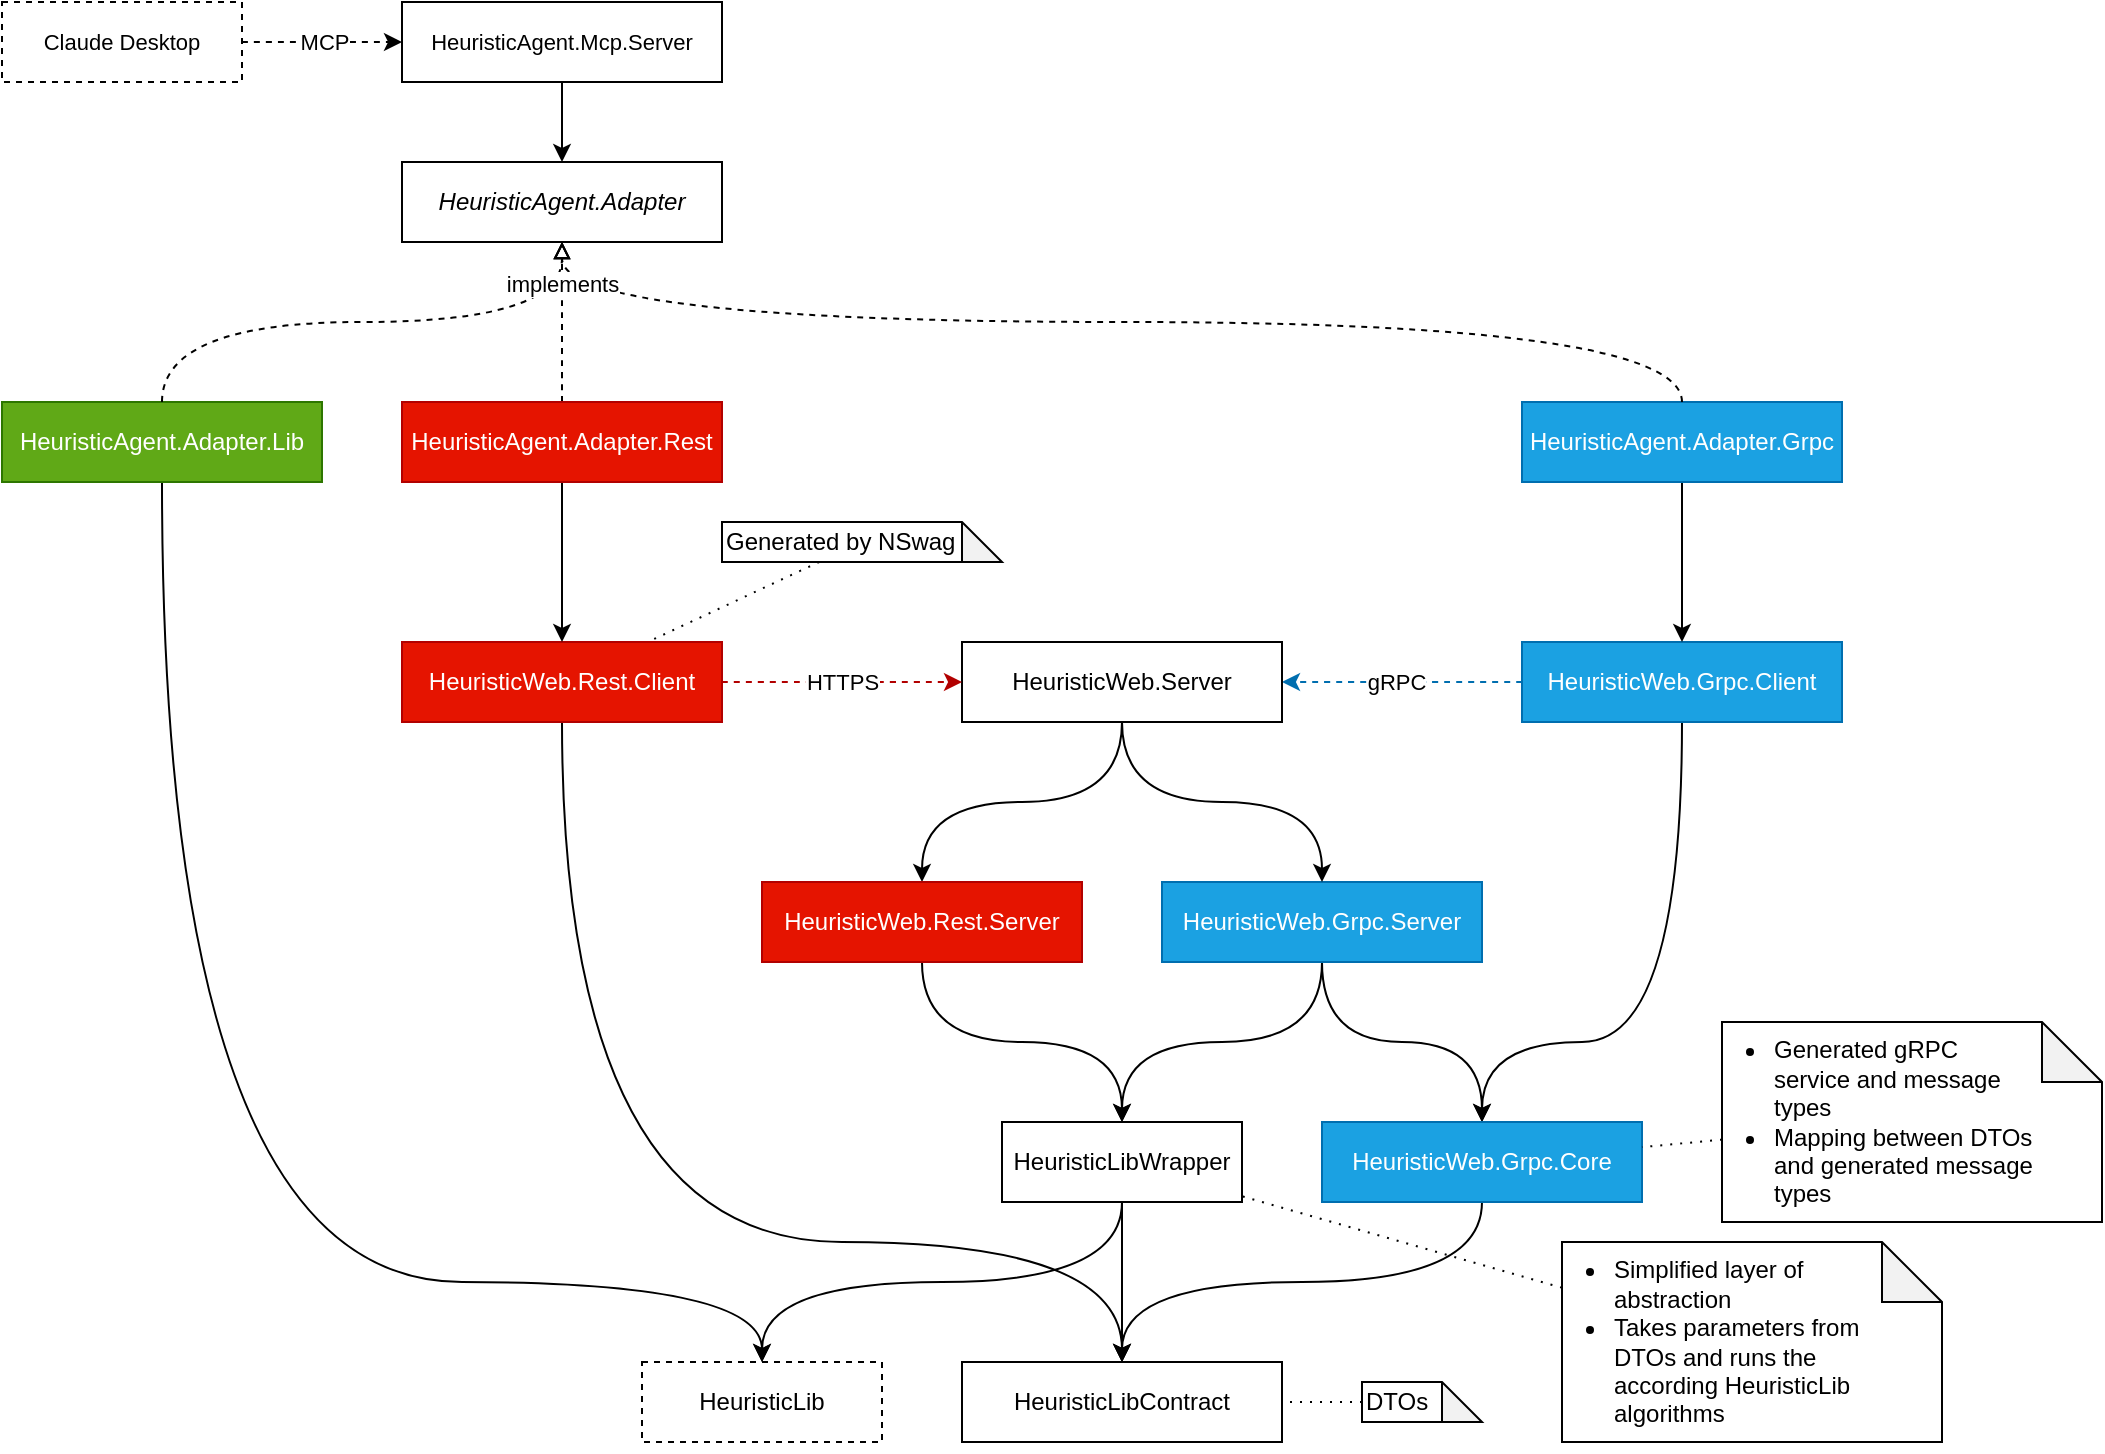
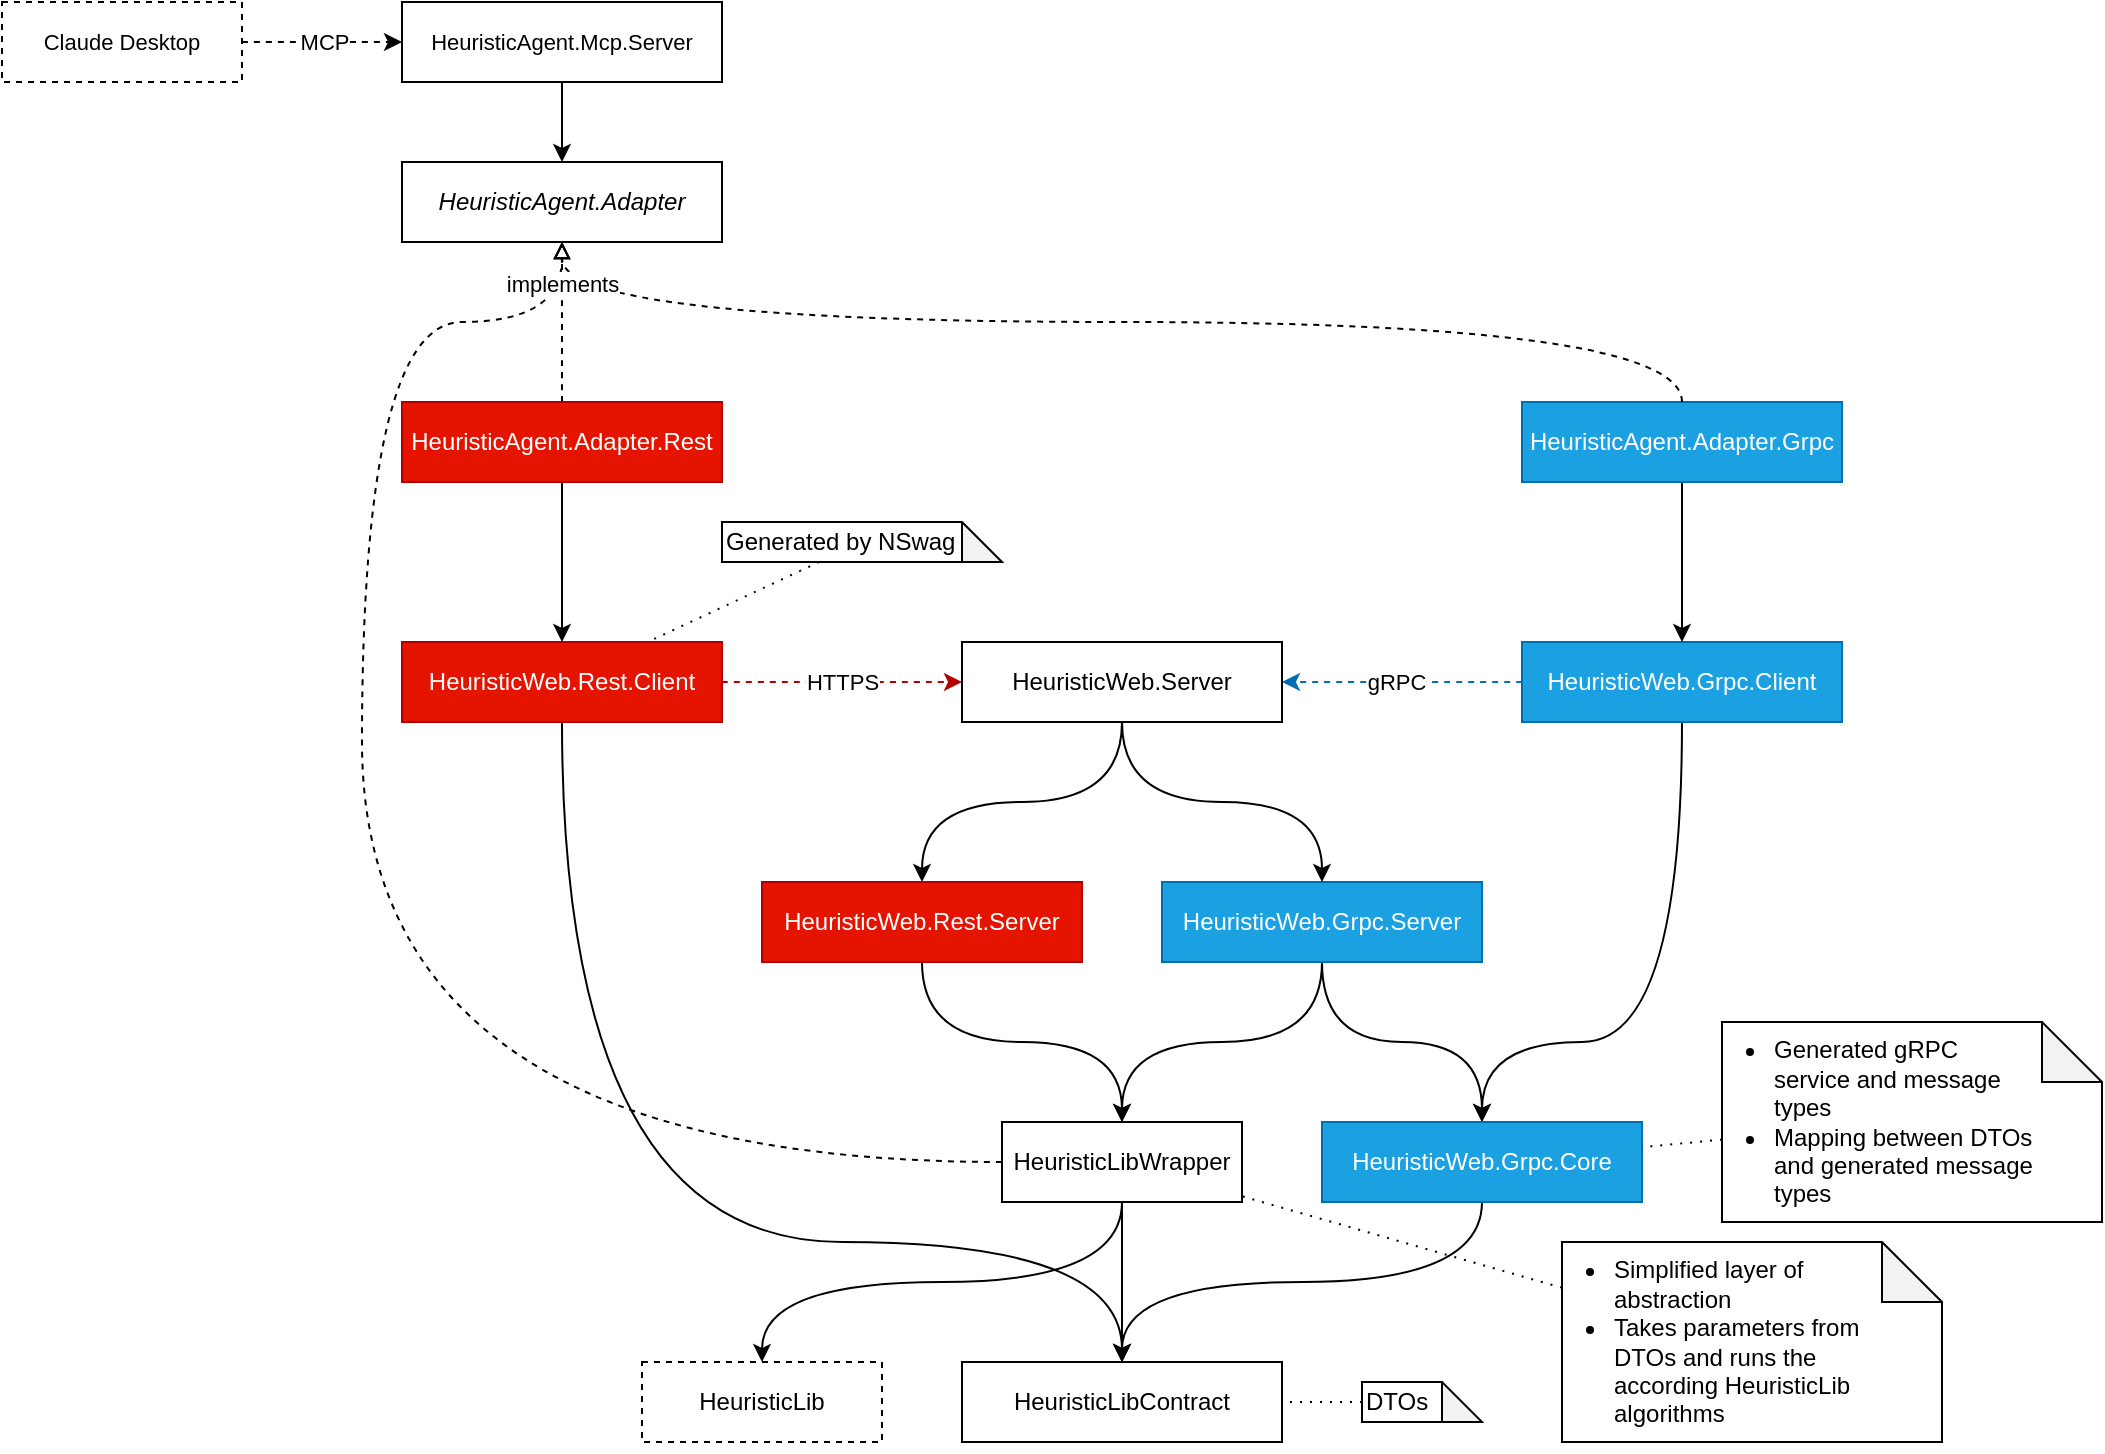
- <mxfile host="Electron" agent="Mozilla/5.0 (Windows NT 10.0; Win64; x64) AppleWebKit/537.36 (KHTML, like Gecko) draw.io/29.6.6 Chrome/144.0.7559.236 Electron/40.8.4 Safari/537.36" version="29.6.6">
+ <mxfile host="Electron" agent="Mozilla/5.0 (Windows NT 10.0; Win64; x64) AppleWebKit/537.36 (KHTML, like Gecko) draw.io/29.6.6 Chrome/144.0.7559.236 Electron/40.8.4 Safari/537.36">
  <diagram name="Page-1" id="JLSE3i9ljjVaqQMjvNYt">
-     <mxGraphModel dx="1351" dy="795" grid="1" gridSize="10" guides="1" tooltips="1" connect="1" arrows="1" fold="1" page="1" pageScale="1" pageWidth="827" pageHeight="1169" math="0" shadow="0">
+     <mxGraphModel dx="1928" dy="1143" grid="1" gridSize="10" guides="1" tooltips="1" connect="1" arrows="1" fold="1" page="1" pageScale="1" pageWidth="827" pageHeight="1169" math="0" shadow="0">
      <root>
        <mxCell id="0" />
        <mxCell id="1" parent="0" />
        <mxCell id="U6VQVOgnXjNktFXU_cLZ-6" edge="1" parent="1" source="nvZTl8ImIJQlS8uFXL_u-32" style="edgeStyle=orthogonalEdgeStyle;rounded=0;orthogonalLoop=1;jettySize=auto;html=1;curved=1;exitX=0.5;exitY=1;exitDx=0;exitDy=0;entryX=0.5;entryY=0;entryDx=0;entryDy=0;" target="nvZTl8ImIJQlS8uFXL_u-36">
          <mxGeometry relative="1" as="geometry" />
        </mxCell>
        <mxCell id="U6VQVOgnXjNktFXU_cLZ-65" edge="1" parent="1" source="nvZTl8ImIJQlS8uFXL_u-32" style="edgeStyle=orthogonalEdgeStyle;shape=connector;curved=1;rounded=0;orthogonalLoop=1;jettySize=auto;html=1;exitX=0.5;exitY=1;exitDx=0;exitDy=0;entryX=0.5;entryY=0;entryDx=0;entryDy=0;strokeColor=default;align=center;verticalAlign=middle;fontFamily=Helvetica;fontSize=11;fontColor=default;labelBackgroundColor=default;endArrow=classic;" target="nvZTl8ImIJQlS8uFXL_u-33">
          <mxGeometry relative="1" as="geometry" />
        </mxCell>
        <mxCell id="nvZTl8ImIJQlS8uFXL_u-32" parent="1" style="rounded=0;whiteSpace=wrap;html=1;fillColor=default;" value="HeuristicLibWrapper" vertex="1">
          <mxGeometry height="40" width="120" x="540" y="600" as="geometry" />
+         </mxCell>
+         <mxCell id="oGgYLiFTZUMsgBvUWQYo-2" edge="1" parent="1" source="nvZTl8ImIJQlS8uFXL_u-32" style="edgeStyle=orthogonalEdgeStyle;shape=connector;curved=1;rounded=0;orthogonalLoop=1;jettySize=auto;html=1;exitX=0;exitY=0.5;exitDx=0;exitDy=0;entryX=0.5;entryY=1;entryDx=0;entryDy=0;dashed=1;strokeColor=default;align=center;verticalAlign=middle;fontFamily=Helvetica;fontSize=11;fontColor=default;labelBackgroundColor=default;endArrow=block;endFill=0;" target="U6VQVOgnXjNktFXU_cLZ-27">
+           <mxGeometry relative="1" as="geometry">
+             <Array as="points">
+               <mxPoint x="220" y="620" />
+               <mxPoint x="220" y="200" />
+               <mxPoint x="320" y="200" />
+             </Array>
+           </mxGeometry>
        </mxCell>
        <mxCell id="nvZTl8ImIJQlS8uFXL_u-33" parent="1" style="rounded=0;whiteSpace=wrap;html=1;fillColor=default;dashed=1;" value="HeuristicLib" vertex="1">
          <mxGeometry height="40" width="120" x="360" y="720" as="geometry" />
        </mxCell>
        <mxCell id="nvZTl8ImIJQlS8uFXL_u-36" parent="1" style="rounded=0;whiteSpace=wrap;html=1;fillColor=default;" value="HeuristicLibContract" vertex="1">
          <mxGeometry height="40" width="160" x="520" y="720" as="geometry" />
        </mxCell>
        <mxCell id="U6VQVOgnXjNktFXU_cLZ-60" edge="1" parent="1" source="nvZTl8ImIJQlS8uFXL_u-40" style="edgeStyle=orthogonalEdgeStyle;shape=connector;curved=1;rounded=0;orthogonalLoop=1;jettySize=auto;html=1;dashed=1;strokeColor=#006EAF;align=center;verticalAlign=middle;fontFamily=Helvetica;fontSize=11;fontColor=default;labelBackgroundColor=default;endArrow=classic;endFill=1;fillColor=#1ba1e2;" target="U6VQVOgnXjNktFXU_cLZ-14">
          <mxGeometry relative="1" as="geometry" />
        </mxCell>
        <mxCell id="U6VQVOgnXjNktFXU_cLZ-61" connectable="0" parent="U6VQVOgnXjNktFXU_cLZ-60" style="edgeLabel;html=1;align=center;verticalAlign=middle;resizable=0;points=[];fontFamily=Helvetica;fontSize=11;fontColor=default;labelBackgroundColor=default;" value="gRPC" vertex="1">
          <mxGeometry relative="1" x="0.0071" as="geometry">
            <mxPoint x="-3" as="offset" />
          </mxGeometry>
        </mxCell>
        <mxCell id="U6VQVOgnXjNktFXU_cLZ-70" edge="1" parent="1" source="nvZTl8ImIJQlS8uFXL_u-40" style="edgeStyle=orthogonalEdgeStyle;shape=connector;curved=1;rounded=0;orthogonalLoop=1;jettySize=auto;html=1;exitX=0.5;exitY=1;exitDx=0;exitDy=0;entryX=0.5;entryY=0;entryDx=0;entryDy=0;strokeColor=default;align=center;verticalAlign=middle;fontFamily=Helvetica;fontSize=11;fontColor=default;labelBackgroundColor=default;endArrow=classic;" target="U6VQVOgnXjNktFXU_cLZ-2">
          <mxGeometry relative="1" as="geometry">
            <Array as="points">
              <mxPoint x="880" y="560" />
              <mxPoint x="780" y="560" />
            </Array>
          </mxGeometry>
        </mxCell>
        <mxCell id="nvZTl8ImIJQlS8uFXL_u-40" parent="1" style="rounded=0;whiteSpace=wrap;html=1;fillColor=#1ba1e2;fontColor=#ffffff;strokeColor=#006EAF;" value="HeuristicWeb.Grpc.Client" vertex="1">
          <mxGeometry height="40" width="160" x="800" y="360" as="geometry" />
        </mxCell>
        <mxCell id="U6VQVOgnXjNktFXU_cLZ-4" edge="1" parent="1" source="U6VQVOgnXjNktFXU_cLZ-1" style="edgeStyle=orthogonalEdgeStyle;rounded=0;orthogonalLoop=1;jettySize=auto;html=1;curved=1;entryX=0.5;entryY=0;entryDx=0;entryDy=0;exitX=0.5;exitY=1;exitDx=0;exitDy=0;" target="U6VQVOgnXjNktFXU_cLZ-2">
          <mxGeometry relative="1" as="geometry" />
        </mxCell>
        <mxCell id="U6VQVOgnXjNktFXU_cLZ-13" edge="1" parent="1" source="U6VQVOgnXjNktFXU_cLZ-1" style="edgeStyle=orthogonalEdgeStyle;rounded=0;orthogonalLoop=1;jettySize=auto;html=1;curved=1;exitX=0.5;exitY=1;exitDx=0;exitDy=0;entryX=0.5;entryY=0;entryDx=0;entryDy=0;" target="nvZTl8ImIJQlS8uFXL_u-32">
          <mxGeometry relative="1" as="geometry" />
        </mxCell>
        <mxCell id="U6VQVOgnXjNktFXU_cLZ-1" parent="1" style="rounded=0;whiteSpace=wrap;html=1;fillColor=#1ba1e2;fontColor=#ffffff;strokeColor=#006EAF;" value="HeuristicWeb.Grpc.Server" vertex="1">
          <mxGeometry height="40" width="160" x="620" y="480" as="geometry" />
        </mxCell>
        <mxCell id="U6VQVOgnXjNktFXU_cLZ-3" edge="1" parent="1" source="U6VQVOgnXjNktFXU_cLZ-2" style="edgeStyle=orthogonalEdgeStyle;rounded=0;orthogonalLoop=1;jettySize=auto;html=1;curved=1;exitX=0.5;exitY=1;exitDx=0;exitDy=0;entryX=0.5;entryY=0;entryDx=0;entryDy=0;" target="nvZTl8ImIJQlS8uFXL_u-36">
          <mxGeometry relative="1" as="geometry" />
        </mxCell>
        <mxCell id="U6VQVOgnXjNktFXU_cLZ-2" parent="1" style="rounded=0;whiteSpace=wrap;html=1;fillColor=#1ba1e2;fontColor=#ffffff;strokeColor=#006EAF;" value="HeuristicWeb.Grpc.Core" vertex="1">
          <mxGeometry height="40" width="160" x="700" y="600" as="geometry" />
        </mxCell>
        <mxCell id="U6VQVOgnXjNktFXU_cLZ-8" edge="1" parent="1" source="U6VQVOgnXjNktFXU_cLZ-7" style="rounded=0;orthogonalLoop=1;jettySize=auto;html=1;endArrow=none;endFill=0;dashed=1;dashPattern=1 4;" target="U6VQVOgnXjNktFXU_cLZ-2">
          <mxGeometry relative="1" as="geometry" />
        </mxCell>
        <mxCell id="U6VQVOgnXjNktFXU_cLZ-7" parent="1" style="shape=note;whiteSpace=wrap;html=1;backgroundOutline=1;darkOpacity=0.05;align=left;spacingLeft=-16;spacingRight=32;" value="&lt;ul&gt;&lt;li&gt;Generated gRPC service and message types&lt;/li&gt;&lt;li&gt;Mapping between DTOs and generated message types&lt;/li&gt;&lt;/ul&gt;" vertex="1">
          <mxGeometry height="100" width="190" x="900" y="550" as="geometry" />
        </mxCell>
        <mxCell id="U6VQVOgnXjNktFXU_cLZ-10" edge="1" parent="1" source="U6VQVOgnXjNktFXU_cLZ-9" style="rounded=0;orthogonalLoop=1;jettySize=auto;html=1;endArrow=none;endFill=0;dashed=1;dashPattern=1 4;" target="nvZTl8ImIJQlS8uFXL_u-36">
          <mxGeometry relative="1" as="geometry" />
        </mxCell>
        <mxCell id="U6VQVOgnXjNktFXU_cLZ-9" parent="1" style="shape=note;whiteSpace=wrap;html=1;backgroundOutline=1;darkOpacity=0.05;align=left;" value="DTOs" vertex="1">
          <mxGeometry height="20" width="60" x="720" y="730" as="geometry" />
        </mxCell>
        <mxCell id="U6VQVOgnXjNktFXU_cLZ-12" edge="1" parent="1" source="U6VQVOgnXjNktFXU_cLZ-11" style="rounded=0;orthogonalLoop=1;jettySize=auto;html=1;dashed=1;endArrow=none;endFill=0;dashPattern=1 4;" target="nvZTl8ImIJQlS8uFXL_u-32">
          <mxGeometry relative="1" as="geometry" />
        </mxCell>
        <mxCell id="U6VQVOgnXjNktFXU_cLZ-11" parent="1" style="shape=note;whiteSpace=wrap;html=1;backgroundOutline=1;darkOpacity=0.05;align=left;spacingRight=32;spacingLeft=-16;" value="&lt;ul&gt;&lt;li&gt;Simplified layer of abstraction&lt;/li&gt;&lt;li&gt;Takes parameters from DTOs and runs the according HeuristicLib algorithms&lt;/li&gt;&lt;/ul&gt;" vertex="1">
          <mxGeometry height="100" width="190" x="820" y="660" as="geometry" />
        </mxCell>
        <mxCell id="U6VQVOgnXjNktFXU_cLZ-17" edge="1" parent="1" source="U6VQVOgnXjNktFXU_cLZ-14" style="edgeStyle=orthogonalEdgeStyle;shape=connector;curved=1;rounded=0;orthogonalLoop=1;jettySize=auto;html=1;strokeColor=default;align=center;verticalAlign=middle;fontFamily=Helvetica;fontSize=11;fontColor=default;labelBackgroundColor=default;endArrow=classic;exitX=0.5;exitY=1;exitDx=0;exitDy=0;entryX=0.5;entryY=0;entryDx=0;entryDy=0;" target="U6VQVOgnXjNktFXU_cLZ-15">
          <mxGeometry relative="1" as="geometry" />
        </mxCell>
        <mxCell id="U6VQVOgnXjNktFXU_cLZ-20" edge="1" parent="1" source="U6VQVOgnXjNktFXU_cLZ-14" style="edgeStyle=orthogonalEdgeStyle;shape=connector;curved=1;rounded=0;orthogonalLoop=1;jettySize=auto;html=1;exitX=0.5;exitY=1;exitDx=0;exitDy=0;entryX=0.5;entryY=0;entryDx=0;entryDy=0;strokeColor=default;align=center;verticalAlign=middle;fontFamily=Helvetica;fontSize=11;fontColor=default;labelBackgroundColor=default;endArrow=classic;" target="U6VQVOgnXjNktFXU_cLZ-1">
          <mxGeometry relative="1" as="geometry" />
        </mxCell>
        <mxCell id="U6VQVOgnXjNktFXU_cLZ-14" parent="1" style="rounded=0;whiteSpace=wrap;html=1;fillColor=default;" value="HeuristicWeb.Server" vertex="1">
          <mxGeometry height="40" width="160" x="520" y="360" as="geometry" />
        </mxCell>
        <mxCell id="U6VQVOgnXjNktFXU_cLZ-19" edge="1" parent="1" source="U6VQVOgnXjNktFXU_cLZ-15" style="edgeStyle=orthogonalEdgeStyle;shape=connector;curved=1;rounded=0;orthogonalLoop=1;jettySize=auto;html=1;exitX=0.5;exitY=1;exitDx=0;exitDy=0;entryX=0.5;entryY=0;entryDx=0;entryDy=0;strokeColor=default;align=center;verticalAlign=middle;fontFamily=Helvetica;fontSize=11;fontColor=default;labelBackgroundColor=default;endArrow=classic;" target="nvZTl8ImIJQlS8uFXL_u-32">
          <mxGeometry relative="1" as="geometry" />
        </mxCell>
        <mxCell id="U6VQVOgnXjNktFXU_cLZ-15" parent="1" style="rounded=0;whiteSpace=wrap;html=1;fillColor=#e51400;strokeColor=#B20000;fontColor=#ffffff;" value="HeuristicWeb.Rest.Server" vertex="1">
          <mxGeometry height="40" width="160" x="420" y="480" as="geometry" />
        </mxCell>
        <mxCell id="U6VQVOgnXjNktFXU_cLZ-58" edge="1" parent="1" source="U6VQVOgnXjNktFXU_cLZ-21" style="edgeStyle=orthogonalEdgeStyle;shape=connector;curved=1;rounded=0;orthogonalLoop=1;jettySize=auto;html=1;dashed=1;strokeColor=#B20000;align=center;verticalAlign=middle;fontFamily=Helvetica;fontSize=11;fontColor=default;labelBackgroundColor=default;endArrow=classic;endFill=1;fillColor=#e51400;" target="U6VQVOgnXjNktFXU_cLZ-14">
          <mxGeometry relative="1" as="geometry" />
        </mxCell>
        <mxCell id="U6VQVOgnXjNktFXU_cLZ-62" connectable="0" parent="U6VQVOgnXjNktFXU_cLZ-58" style="edgeLabel;html=1;align=center;verticalAlign=middle;resizable=0;points=[];fontFamily=Helvetica;fontSize=11;fontColor=default;labelBackgroundColor=default;" value="HTTPS" vertex="1">
          <mxGeometry relative="1" x="-0.0016" y="1" as="geometry">
            <mxPoint y="1" as="offset" />
          </mxGeometry>
        </mxCell>
        <mxCell id="vAhXJ6GuvrTu8xZBJLIe-7" edge="1" parent="1" source="U6VQVOgnXjNktFXU_cLZ-21" style="edgeStyle=orthogonalEdgeStyle;shape=connector;curved=1;rounded=0;orthogonalLoop=1;jettySize=auto;html=1;exitX=0.5;exitY=1;exitDx=0;exitDy=0;entryX=0.5;entryY=0;entryDx=0;entryDy=0;strokeColor=default;align=center;verticalAlign=middle;fontFamily=Helvetica;fontSize=11;fontColor=default;labelBackgroundColor=default;endArrow=classic;" target="nvZTl8ImIJQlS8uFXL_u-36">
          <mxGeometry relative="1" as="geometry">
            <Array as="points">
              <mxPoint x="320" y="660" />
              <mxPoint x="600" y="660" />
            </Array>
          </mxGeometry>
        </mxCell>
        <mxCell id="U6VQVOgnXjNktFXU_cLZ-21" parent="1" style="rounded=0;whiteSpace=wrap;html=1;fillColor=#e51400;strokeColor=#B20000;fontColor=#ffffff;" value="HeuristicWeb.Rest.Client" vertex="1">
          <mxGeometry height="40" width="160" x="240" y="360" as="geometry" />
        </mxCell>
        <mxCell id="U6VQVOgnXjNktFXU_cLZ-23" edge="1" parent="1" source="U6VQVOgnXjNktFXU_cLZ-22" style="shape=connector;rounded=0;orthogonalLoop=1;jettySize=auto;html=1;strokeColor=default;align=center;verticalAlign=middle;fontFamily=Helvetica;fontSize=11;fontColor=default;labelBackgroundColor=default;endArrow=none;endFill=0;dashed=1;dashPattern=1 4;" target="U6VQVOgnXjNktFXU_cLZ-21">
          <mxGeometry relative="1" as="geometry" />
        </mxCell>
        <mxCell id="U6VQVOgnXjNktFXU_cLZ-22" parent="1" style="shape=note;whiteSpace=wrap;html=1;backgroundOutline=1;darkOpacity=0.05;align=left;" value="&lt;div&gt;Generated by NSwag&lt;/div&gt;" vertex="1">
          <mxGeometry height="20" width="140" x="400" y="300" as="geometry" />
        </mxCell>
        <mxCell id="U6VQVOgnXjNktFXU_cLZ-46" edge="1" parent="1" source="U6VQVOgnXjNktFXU_cLZ-24" style="edgeStyle=orthogonalEdgeStyle;shape=connector;curved=1;rounded=0;orthogonalLoop=1;jettySize=auto;html=1;exitX=0.5;exitY=1;exitDx=0;exitDy=0;entryX=0.5;entryY=0;entryDx=0;entryDy=0;strokeColor=default;align=center;verticalAlign=middle;fontFamily=Helvetica;fontSize=11;fontColor=default;labelBackgroundColor=default;endArrow=classic;" target="U6VQVOgnXjNktFXU_cLZ-27">
          <mxGeometry relative="1" as="geometry" />
        </mxCell>
        <mxCell id="U6VQVOgnXjNktFXU_cLZ-24" parent="1" style="rounded=0;whiteSpace=wrap;html=1;fontFamily=Helvetica;fontSize=11;fontColor=default;labelBackgroundColor=default;" value="HeuristicAgent.Mcp.Server" vertex="1">
          <mxGeometry height="40" width="160" x="240" y="40" as="geometry" />
        </mxCell>
        <mxCell id="U6VQVOgnXjNktFXU_cLZ-27" parent="1" style="rounded=0;whiteSpace=wrap;html=1;fillColor=default;" value="&lt;i&gt;HeuristicAgent.Adapter&lt;/i&gt;" vertex="1">
          <mxGeometry height="40" width="160" x="240" y="120" as="geometry" />
        </mxCell>
        <mxCell id="U6VQVOgnXjNktFXU_cLZ-36" edge="1" parent="1" source="U6VQVOgnXjNktFXU_cLZ-28" style="edgeStyle=orthogonalEdgeStyle;shape=connector;curved=1;rounded=0;orthogonalLoop=1;jettySize=auto;html=1;exitX=0.5;exitY=0;exitDx=0;exitDy=0;entryX=0.5;entryY=1;entryDx=0;entryDy=0;strokeColor=default;align=center;verticalAlign=middle;fontFamily=Helvetica;fontSize=11;fontColor=default;labelBackgroundColor=default;endArrow=block;endFill=0;dashed=1;" target="U6VQVOgnXjNktFXU_cLZ-27">
          <mxGeometry relative="1" as="geometry" />
        </mxCell>
        <mxCell id="U6VQVOgnXjNktFXU_cLZ-42" edge="1" parent="1" source="U6VQVOgnXjNktFXU_cLZ-28" style="edgeStyle=orthogonalEdgeStyle;shape=connector;curved=1;rounded=0;orthogonalLoop=1;jettySize=auto;html=1;exitX=0.5;exitY=1;exitDx=0;exitDy=0;entryX=0.5;entryY=0;entryDx=0;entryDy=0;strokeColor=default;align=center;verticalAlign=middle;fontFamily=Helvetica;fontSize=11;fontColor=default;labelBackgroundColor=default;endArrow=classic;" target="U6VQVOgnXjNktFXU_cLZ-21">
          <mxGeometry relative="1" as="geometry" />
        </mxCell>
        <mxCell id="U6VQVOgnXjNktFXU_cLZ-28" parent="1" style="rounded=0;whiteSpace=wrap;html=1;fillColor=#e51400;strokeColor=#B20000;fontColor=#ffffff;" value="HeuristicAgent.Adapter.Rest" vertex="1">
          <mxGeometry height="40" width="160" x="240" y="240" as="geometry" />
        </mxCell>
-         <mxCell id="vAhXJ6GuvrTu8xZBJLIe-5" edge="1" parent="1" source="U6VQVOgnXjNktFXU_cLZ-29" style="edgeStyle=orthogonalEdgeStyle;shape=connector;curved=1;rounded=0;orthogonalLoop=1;jettySize=auto;html=1;exitX=0.5;exitY=1;exitDx=0;exitDy=0;entryX=0.5;entryY=0;entryDx=0;entryDy=0;strokeColor=default;align=center;verticalAlign=middle;fontFamily=Helvetica;fontSize=11;fontColor=default;labelBackgroundColor=default;endArrow=classic;" target="nvZTl8ImIJQlS8uFXL_u-33">
-           <mxGeometry relative="1" as="geometry">
-             <Array as="points">
-               <mxPoint x="120" y="680" />
-               <mxPoint x="420" y="680" />
-             </Array>
-           </mxGeometry>
-         </mxCell>
-         <mxCell id="U6VQVOgnXjNktFXU_cLZ-29" parent="1" style="rounded=0;whiteSpace=wrap;html=1;fillColor=#60a917;fontColor=#ffffff;strokeColor=#2D7600;" value="HeuristicAgent.Adapter.Lib" vertex="1">
-           <mxGeometry height="40" width="160" x="40" y="240" as="geometry" />
-         </mxCell>
        <mxCell id="U6VQVOgnXjNktFXU_cLZ-44" edge="1" parent="1" source="U6VQVOgnXjNktFXU_cLZ-30" style="edgeStyle=orthogonalEdgeStyle;shape=connector;curved=1;rounded=0;orthogonalLoop=1;jettySize=auto;html=1;exitX=0.5;exitY=1;exitDx=0;exitDy=0;entryX=0.5;entryY=0;entryDx=0;entryDy=0;strokeColor=default;align=center;verticalAlign=middle;fontFamily=Helvetica;fontSize=11;fontColor=default;labelBackgroundColor=default;endArrow=classic;" target="nvZTl8ImIJQlS8uFXL_u-40">
          <mxGeometry relative="1" as="geometry" />
-         </mxCell>
-         <mxCell id="U6VQVOgnXjNktFXU_cLZ-38" edge="1" parent="1" source="U6VQVOgnXjNktFXU_cLZ-29" style="edgeStyle=orthogonalEdgeStyle;shape=connector;curved=1;rounded=0;orthogonalLoop=1;jettySize=auto;html=1;exitX=0.5;exitY=0;exitDx=0;exitDy=0;entryX=0.5;entryY=1;entryDx=0;entryDy=0;strokeColor=default;align=center;verticalAlign=middle;fontFamily=Helvetica;fontSize=11;fontColor=default;labelBackgroundColor=default;endArrow=block;endFill=0;dashed=1;" target="U6VQVOgnXjNktFXU_cLZ-27">
-           <mxGeometry relative="1" as="geometry">
-             <mxPoint x="210" y="350" as="sourcePoint" />
-             <mxPoint x="410" y="230" as="targetPoint" />
-           </mxGeometry>
        </mxCell>
        <mxCell id="U6VQVOgnXjNktFXU_cLZ-30" parent="1" style="rounded=0;whiteSpace=wrap;html=1;fillColor=#1ba1e2;fontColor=#ffffff;strokeColor=#006EAF;" value="HeuristicAgent.Adapter.Grpc" vertex="1">
          <mxGeometry height="40" width="160" x="800" y="240" as="geometry" />
        </mxCell>
        <mxCell id="U6VQVOgnXjNktFXU_cLZ-40" edge="1" parent="1" source="U6VQVOgnXjNktFXU_cLZ-30" style="edgeStyle=orthogonalEdgeStyle;shape=connector;curved=1;rounded=0;orthogonalLoop=1;jettySize=auto;html=1;exitX=0.5;exitY=0;exitDx=0;exitDy=0;entryX=0.5;entryY=1;entryDx=0;entryDy=0;strokeColor=default;align=center;verticalAlign=middle;fontFamily=Helvetica;fontSize=11;fontColor=default;labelBackgroundColor=default;endArrow=block;endFill=0;dashed=1;" target="U6VQVOgnXjNktFXU_cLZ-27">
          <mxGeometry relative="1" as="geometry">
            <mxPoint x="270.03999999999996" y="350" as="sourcePoint" />
            <mxPoint x="470.03999999999996" y="230" as="targetPoint" />
          </mxGeometry>
        </mxCell>
        <mxCell id="U6VQVOgnXjNktFXU_cLZ-72" connectable="0" parent="U6VQVOgnXjNktFXU_cLZ-40" style="edgeLabel;html=1;align=center;verticalAlign=middle;resizable=0;points=[];fontFamily=Helvetica;fontSize=11;fontColor=default;labelBackgroundColor=default;" value="implements" vertex="1">
          <mxGeometry relative="1" x="0.9349" y="-14" as="geometry">
            <mxPoint x="-14" as="offset" />
          </mxGeometry>
        </mxCell>
        <mxCell id="U6VQVOgnXjNktFXU_cLZ-51" edge="1" parent="1" source="U6VQVOgnXjNktFXU_cLZ-47" style="edgeStyle=orthogonalEdgeStyle;shape=connector;curved=1;rounded=0;orthogonalLoop=1;jettySize=auto;html=1;strokeColor=default;align=center;verticalAlign=middle;fontFamily=Helvetica;fontSize=11;fontColor=default;labelBackgroundColor=default;endArrow=classic;endFill=1;dashed=1;" target="U6VQVOgnXjNktFXU_cLZ-24">
          <mxGeometry relative="1" as="geometry" />
        </mxCell>
        <mxCell id="U6VQVOgnXjNktFXU_cLZ-52" connectable="0" parent="U6VQVOgnXjNktFXU_cLZ-51" style="edgeLabel;html=1;align=center;verticalAlign=middle;resizable=0;points=[];fontFamily=Helvetica;fontSize=11;fontColor=default;labelBackgroundColor=default;" value="MCP" vertex="1">
          <mxGeometry relative="1" x="0.01" as="geometry">
            <mxPoint as="offset" />
          </mxGeometry>
        </mxCell>
        <mxCell id="U6VQVOgnXjNktFXU_cLZ-47" parent="1" style="rounded=0;whiteSpace=wrap;html=1;fontFamily=Helvetica;fontSize=11;fontColor=default;labelBackgroundColor=default;dashed=1;" value="Claude Desktop" vertex="1">
          <mxGeometry height="40" width="120" x="40" y="40" as="geometry" />
        </mxCell>
      </root>
    </mxGraphModel>
  </diagram>
</mxfile>
